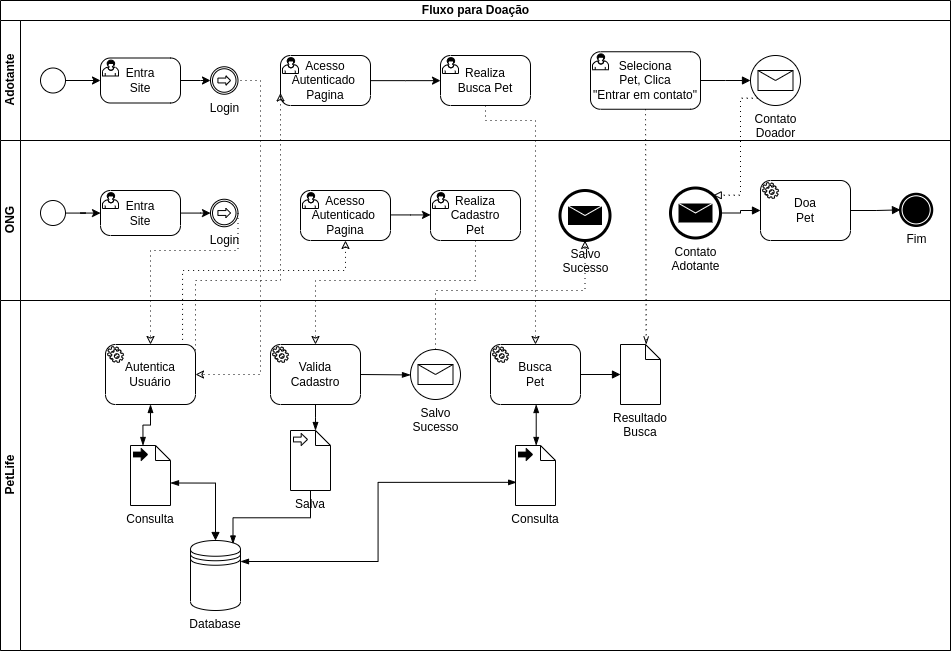
Before: documentation/images/attachment/dv_principal_doacao.png, a diagram exported from draw.io (TurmaADS2020/PetLife). Source tidied: cells renumbered, new cells last; positions are measured from the earlier drawing's top-left corner, leaving out a move shared by most shapes.
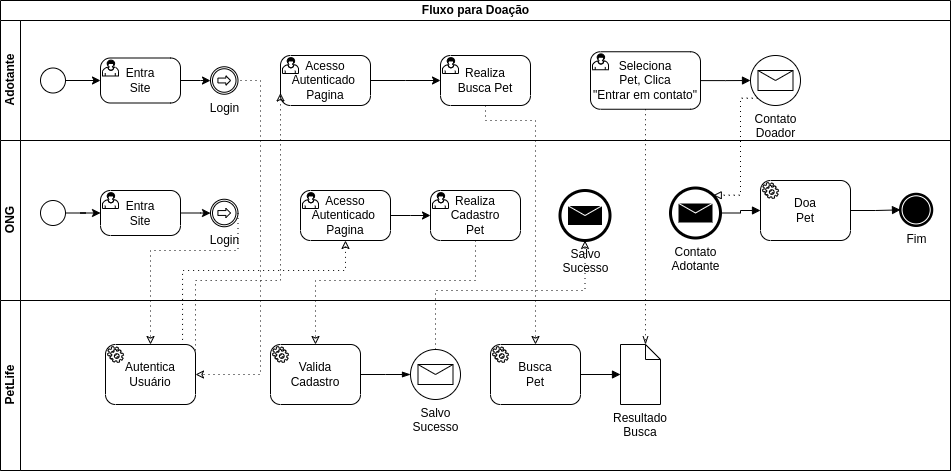
After the change.

The edit, as a diff of the source:
```diff
@@ -3,7 +3,7 @@
     <mxCell id="0" />
     <mxCell id="1" parent="0" />
     <mxCell id="2" value="Fluxo para Doação" style="swimlane;html=1;horizontal=1;startSize=20;" parent="1" vertex="1">
-      <mxGeometry width="950" height="650" as="geometry" />
+      <mxGeometry width="950" height="470" as="geometry" />
     </mxCell>
     <mxCell id="3" value="Adotante" style="swimlane;html=1;startSize=20;horizontal=0;" parent="2" vertex="1">
       <mxGeometry y="20" width="950" height="120" as="geometry" />
@@ -122,7 +122,7 @@
       </mxGeometry>
     </mxCell>
     <mxCell id="35" value="PetLife" style="swimlane;html=1;startSize=20;horizontal=0;" parent="2" vertex="1">
-      <mxGeometry y="300" width="950" height="350" as="geometry" />
+      <mxGeometry y="300" width="950" height="170" as="geometry" />
     </mxCell>
     <mxCell id="36" value="Autentica&#10;Usuário" style="points=[[0.25,0,0],[0.5,0,0],[0.75,0,0],[1,0.25,0],[1,0.5,0],[1,0.75,0],[0.75,1,0],[0.5,1,0],[0.25,1,0],[0,0.75,0],[0,0.5,0],[0,0.25,0]];shape=mxgraph.bpmn.task;whiteSpace=wrap;rectStyle=rounded;size=10;taskMarker=service;" parent="35" vertex="1">
       <mxGeometry x="105" y="44" width="90" height="60" as="geometry" />
@@ -130,48 +130,18 @@
     <mxCell id="37" value="Valida&#10;Cadastro" style="points=[[0.25,0,0],[0.5,0,0],[0.75,0,0],[1,0.25,0],[1,0.5,0],[1,0.75,0],[0.75,1,0],[0.5,1,0],[0.25,1,0],[0,0.75,0],[0,0.5,0],[0,0.25,0]];shape=mxgraph.bpmn.task;whiteSpace=wrap;rectStyle=rounded;size=10;taskMarker=service;" parent="35" vertex="1">
       <mxGeometry x="270" y="44" width="90" height="60" as="geometry" />
     </mxCell>
-    <mxCell id="38" value="Salva" style="shape=mxgraph.bpmn.data;labelPosition=center;verticalLabelPosition=bottom;align=center;verticalAlign=top;whiteSpace=wrap;size=15;html=1;bpmnTransferType=input;" parent="35" vertex="1">
-      <mxGeometry x="290" y="130" width="40" height="60" as="geometry" />
-    </mxCell>
-    <mxCell id="39" value="Database" style="shape=datastore;whiteSpace=wrap;html=1;labelPosition=center;verticalLabelPosition=bottom;align=center;verticalAlign=top;" parent="35" vertex="1">
-      <mxGeometry x="190" y="240" width="50" height="70" as="geometry" />
-    </mxCell>
-    <mxCell id="40" style="edgeStyle=elbowEdgeStyle;fontSize=12;html=1;endArrow=blockThin;endFill=1;rounded=0;elbow=vertical;exitX=0.5;exitY=1;exitDx=0;exitDy=0;exitPerimeter=0;entryX=0;entryY=0;entryDx=25;entryDy=0;entryPerimeter=0;" parent="35" edge="1" source="37" target="38">
-      <mxGeometry relative="1" as="geometry" />
-    </mxCell>
-    <mxCell id="41" style="edgeStyle=elbowEdgeStyle;fontSize=12;html=1;endArrow=blockThin;endFill=1;rounded=0;elbow=vertical;exitX=0.5;exitY=1;exitDx=0;exitDy=0;exitPerimeter=0;entryX=0.85;entryY=0.05;entryDx=0;entryDy=0;entryPerimeter=0;" parent="35" edge="1" source="38" target="39">
-      <mxGeometry relative="1" as="geometry" />
-    </mxCell>
-    <mxCell id="42" style="endArrow=blockThin;html=1;rounded=0;elbow=vertical;exitX=0.5;exitY=1;exitDx=0;exitDy=0;exitPerimeter=0;entryX=0;entryY=0;entryDx=12.5;entryDy=0;entryPerimeter=0;startArrow=blockThin;startFill=1;edgeStyle=orthogonalEdgeStyle;endFill=1;" parent="35" edge="1" source="36" target="43">
-      <mxGeometry relative="1" as="geometry" />
-    </mxCell>
-    <mxCell id="43" value="Consulta" style="shape=mxgraph.bpmn.data;labelPosition=center;verticalLabelPosition=bottom;align=center;verticalAlign=top;whiteSpace=wrap;size=15;html=1;bpmnTransferType=output;" parent="35" vertex="1">
-      <mxGeometry x="130" y="145" width="40" height="60" as="geometry" />
-    </mxCell>
-    <mxCell id="44" style="endArrow=block;html=1;rounded=0;elbow=vertical;exitX=0;exitY=0;exitDx=40;exitDy=37.5;exitPerimeter=0;entryX=0.5;entryY=0;entryDx=0;entryDy=0;edgeStyle=orthogonalEdgeStyle;startArrow=blockThin;startFill=1;endFill=1;" parent="35" edge="1" source="43" target="39">
-      <mxGeometry relative="1" as="geometry" />
-    </mxCell>
     <mxCell id="45" value="Salvo&lt;br&gt;Sucesso" style="points=[[0.145,0.145,0],[0.5,0,0],[0.855,0.145,0],[1,0.5,0],[0.855,0.855,0],[0.5,1,0],[0.145,0.855,0],[0,0.5,0]];shape=mxgraph.bpmn.event;html=1;verticalLabelPosition=bottom;labelBackgroundColor=#ffffff;verticalAlign=top;align=center;perimeter=ellipsePerimeter;outlineConnect=0;outline=standard;symbol=message;" parent="35" vertex="1">
       <mxGeometry x="410" y="49" width="50" height="50" as="geometry" />
     </mxCell>
     <mxCell id="46" style="edgeStyle=elbowEdgeStyle;fontSize=12;html=1;endArrow=blockThin;endFill=1;rounded=0;elbow=vertical;exitX=1;exitY=0.5;exitDx=0;exitDy=0;exitPerimeter=0;entryX=0;entryY=0.5;entryDx=0;entryDy=0;entryPerimeter=0;" parent="35" edge="1" source="37" target="45">
       <mxGeometry relative="1" as="geometry" />
     </mxCell>
-    <mxCell id="47" style="edgeStyle=elbowEdgeStyle;rounded=0;jettySize=auto;html=1;startArrow=blockThin;startFill=1;endArrow=blockThin;endFill=1;" parent="35" edge="1" source="49" target="50">
-      <mxGeometry relative="1" as="geometry" />
-    </mxCell>
     <mxCell id="48" style="edgeStyle=orthogonalEdgeStyle;rounded=0;jettySize=auto;html=1;startArrow=none;startFill=0;endArrow=block;endFill=1;" parent="35" edge="1" source="49" target="52">
       <mxGeometry relative="1" as="geometry" />
     </mxCell>
     <mxCell id="49" value="Busca&#10;Pet" style="points=[[0.25,0,0],[0.5,0,0],[0.75,0,0],[1,0.25,0],[1,0.5,0],[1,0.75,0],[0.75,1,0],[0.5,1,0],[0.25,1,0],[0,0.75,0],[0,0.5,0],[0,0.25,0]];shape=mxgraph.bpmn.task;whiteSpace=wrap;rectStyle=rounded;size=10;taskMarker=service;" parent="35" vertex="1">
       <mxGeometry x="490" y="44" width="90" height="60" as="geometry" />
     </mxCell>
-    <mxCell id="50" value="Consulta" style="shape=mxgraph.bpmn.data;labelPosition=center;verticalLabelPosition=bottom;align=center;verticalAlign=top;whiteSpace=wrap;size=15;html=1;bpmnTransferType=output;" parent="35" vertex="1">
-      <mxGeometry x="515" y="145" width="40" height="60" as="geometry" />
-    </mxCell>
-    <mxCell id="51" style="edgeStyle=orthogonalEdgeStyle;rounded=0;jettySize=auto;html=1;startArrow=blockThin;startFill=1;endArrow=blockThin;endFill=1;exitX=0.029;exitY=0.614;exitDx=0;exitDy=0;exitPerimeter=0;entryX=1;entryY=0.3;entryDx=0;entryDy=0;" parent="35" edge="1" source="50" target="39">
-      <mxGeometry relative="1" as="geometry" />
-    </mxCell>
     <mxCell id="52" value="Resultado&lt;br&gt;Busca" style="shape=mxgraph.bpmn.data;labelPosition=center;verticalLabelPosition=bottom;align=center;verticalAlign=top;whiteSpace=wrap;size=15;html=1;" parent="35" vertex="1">
       <mxGeometry x="620" y="44" width="40" height="60" as="geometry" />
     </mxCell>
```
